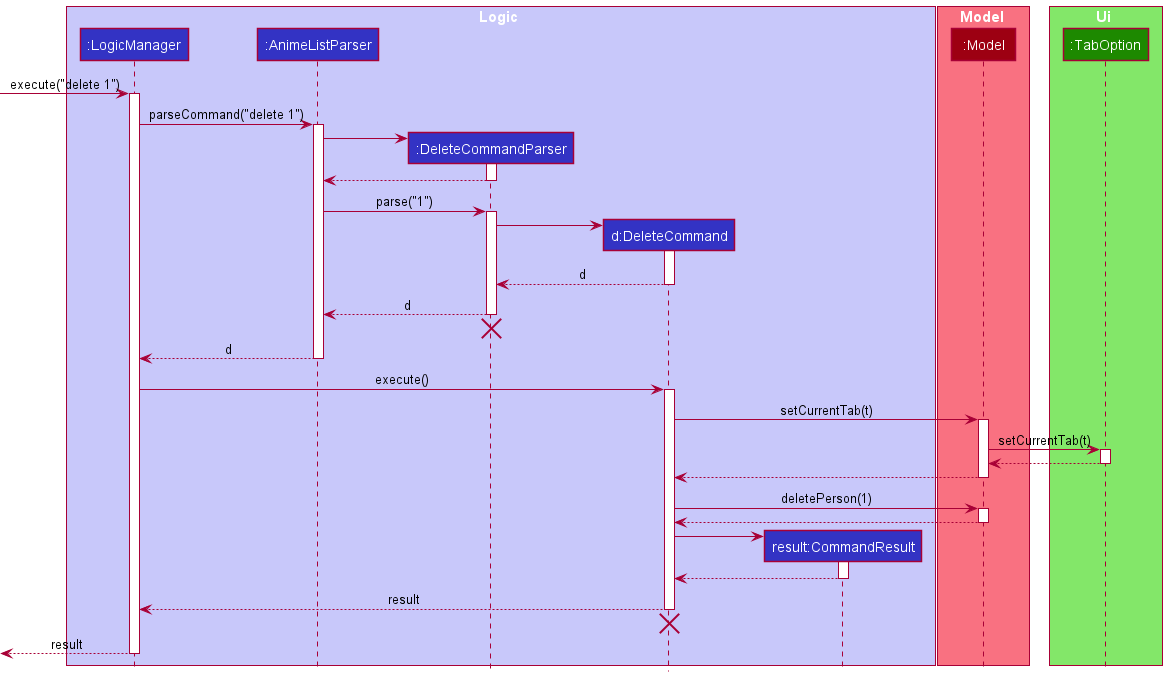
This is docs/images/DeleteSequenceDiagram.png from nus-cs2103-AY2122S1/tp, a PlantUML export, as it was before one commit.
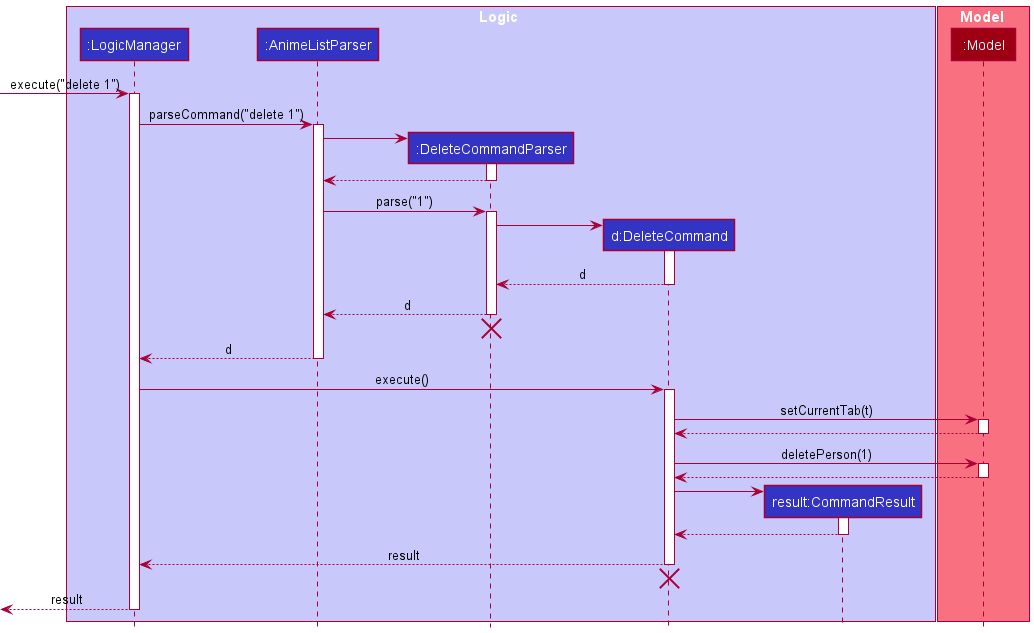
After the change.

Change to the diagram source:
```diff
@@ -11,10 +11,6 @@
 
 box Model MODEL_COLOR_T1
 participant ":Model" as Model MODEL_COLOR
-end box
-
-box Ui UI_COLOR_T1
-participant ":TabOption" as TabOption UI_COLOR
 end box
 
 [-> LogicManager : execute("delete 1")
@@ -54,12 +50,6 @@
 DeleteCommand -> Model : setCurrentTab(t)
 activate Model
 
-Model -> TabOption : setCurrentTab(t)
-activate TabOption
-
-TabOption --> Model
-deactivate TabOption
-
 Model --> DeleteCommand
 deactivate Model
 
```
